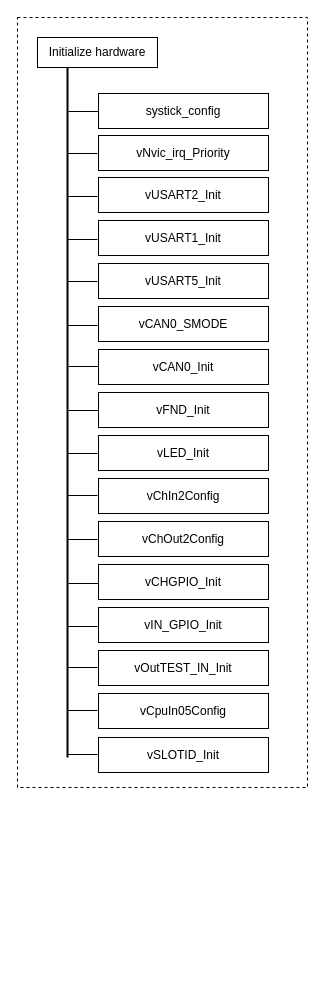
This is page "IO - OUTPUT 하드웨어 초기화" (2 of 5) of EABS/Document_Pack/Design/OUTPUT/eabs_output_hierarchy.drawio from chillin2/MyDraw.io, a draw.io file, before an edit. Source tidied: cells renumbered, new cells numbered last; positions are measured from the earlier drawing's top-left corner, leaving out a move shared by most shapes. Both pictures are drawn from the tidied source at 100%, with x=0, y=0 at pixel (17, 17).
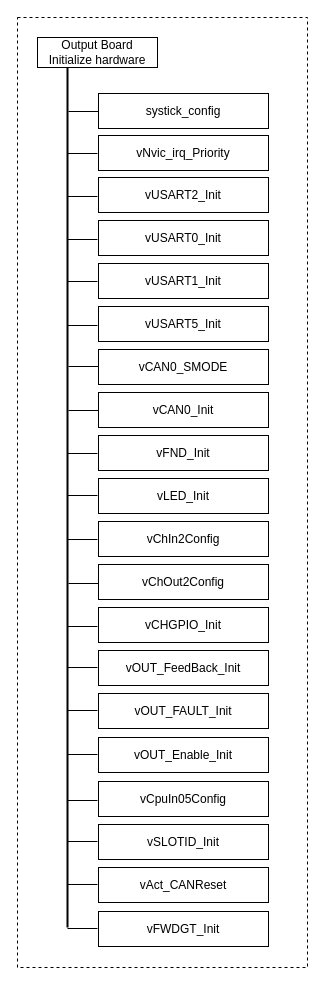
The same diagram, later.

Change to the diagram source:
```diff
@@
     <mxCell id="2" style="rounded=0;whiteSpace=wrap;html=1;dashed=1;" parent="1" vertex="1">
-      <mxGeometry width="290" height="770" as="geometry" />
+      <mxGeometry width="290" height="950" as="geometry" />
     </mxCell>
@@
-    <mxCell id="6" value="vUSART1_Init" style="rounded=0;whiteSpace=wrap;html=1;" parent="1" vertex="1">
+    <mxCell id="6" value="vUSART0_Init" style="rounded=0;whiteSpace=wrap;html=1;" parent="1" vertex="1">
       <mxGeometry x="81" y="203" width="170" height="35" as="geometry" />
     </mxCell>
-    <mxCell id="7" value="vUSART5_Init" style="rounded=0;whiteSpace=wrap;html=1;" parent="1" vertex="1">
+    <mxCell id="7" value="vUSART1_Init" style="rounded=0;whiteSpace=wrap;html=1;" parent="1" vertex="1">
       <mxGeometry x="81" y="246" width="170" height="35" as="geometry" />
     </mxCell>
-    <mxCell id="8" value="vCAN0_SMODE" style="rounded=0;whiteSpace=wrap;html=1;" parent="1" vertex="1">
+    <mxCell id="8" value="vUSART5_Init" style="rounded=0;whiteSpace=wrap;html=1;" parent="1" vertex="1">
       <mxGeometry x="81" y="289" width="170" height="35" as="geometry" />
     </mxCell>
-    <mxCell id="9" value="vCAN0_Init" style="rounded=0;whiteSpace=wrap;html=1;" parent="1" vertex="1">
+    <mxCell id="9" value="vCAN0_SMODE" style="rounded=0;whiteSpace=wrap;html=1;" parent="1" vertex="1">
       <mxGeometry x="81" y="332" width="170" height="35" as="geometry" />
     </mxCell>
-    <mxCell id="10" value="vFND_Init" style="rounded=0;whiteSpace=wrap;html=1;" parent="1" vertex="1">
+    <mxCell id="10" value="vCAN0_Init" style="rounded=0;whiteSpace=wrap;html=1;" parent="1" vertex="1">
       <mxGeometry x="81" y="375" width="170" height="35" as="geometry" />
     </mxCell>
-    <mxCell id="11" value="vLED_Init" style="rounded=0;whiteSpace=wrap;html=1;" parent="1" vertex="1">
+    <mxCell id="11" value="vFND_Init" style="rounded=0;whiteSpace=wrap;html=1;" parent="1" vertex="1">
       <mxGeometry x="81" y="418" width="170" height="35" as="geometry" />
     </mxCell>
-    <mxCell id="12" value="vChIn2Config" style="rounded=0;whiteSpace=wrap;html=1;" parent="1" vertex="1">
+    <mxCell id="12" value="vLED_Init" style="rounded=0;whiteSpace=wrap;html=1;" parent="1" vertex="1">
       <mxGeometry x="81" y="461" width="170" height="35" as="geometry" />
     </mxCell>
-    <mxCell id="13" value="vChOut2Config" style="rounded=0;whiteSpace=wrap;html=1;" parent="1" vertex="1">
+    <mxCell id="13" value="vChIn2Config" style="rounded=0;whiteSpace=wrap;html=1;" parent="1" vertex="1">
       <mxGeometry x="81" y="504" width="170" height="35" as="geometry" />
     </mxCell>
-    <mxCell id="14" value="vCHGPIO_Init" style="rounded=0;whiteSpace=wrap;html=1;" parent="1" vertex="1">
+    <mxCell id="14" value="vChOut2Config" style="rounded=0;whiteSpace=wrap;html=1;" parent="1" vertex="1">
       <mxGeometry x="81" y="547" width="170" height="35" as="geometry" />
     </mxCell>
-    <mxCell id="15" value="vIN_GPIO_Init" style="rounded=0;whiteSpace=wrap;html=1;" parent="1" vertex="1">
+    <mxCell id="15" value="vCHGPIO_Init" style="rounded=0;whiteSpace=wrap;html=1;" parent="1" vertex="1">
       <mxGeometry x="81" y="590" width="170" height="35" as="geometry" />
     </mxCell>
-    <mxCell id="16" value="vOutTEST_IN_Init" style="rounded=0;whiteSpace=wrap;html=1;" parent="1" vertex="1">
+    <mxCell id="16" value="vOUT_FeedBack_Init" style="rounded=0;whiteSpace=wrap;html=1;" parent="1" vertex="1">
       <mxGeometry x="81" y="633" width="170" height="35" as="geometry" />
     </mxCell>
-    <mxCell id="17" value="Initialize hardware" style="rounded=0;whiteSpace=wrap;html=1;" parent="1" vertex="1">
+    <mxCell id="17" value="Output Board&lt;br&gt;Initialize hardware" style="rounded=0;whiteSpace=wrap;html=1;" parent="1" vertex="1">
       <mxGeometry x="20" y="20" width="120" height="30" as="geometry" />
     </mxCell>
     <mxCell id="18" style="endArrow=none;html=1;rounded=0;strokeWidth=2;" parent="1" edge="1">
       <mxGeometry relative="1" as="geometry">
-        <mxPoint x="50" y="740" as="sourcePoint" />
+        <mxPoint x="50" y="910" as="sourcePoint" />
         <mxPoint x="50" y="50" as="targetPoint" />
       </mxGeometry>
     </mxCell>
@@
-    <mxCell id="33" value="vCpuIn05Config" style="rounded=0;whiteSpace=wrap;html=1;" parent="1" vertex="1">
+    <mxCell id="33" value="vOUT_FAULT_Init" style="rounded=0;whiteSpace=wrap;html=1;" parent="1" vertex="1">
       <mxGeometry x="81" y="676" width="170" height="35" as="geometry" />
     </mxCell>
@@
-    <mxCell id="35" value="vSLOTID_Init" style="rounded=0;whiteSpace=wrap;html=1;" parent="1" vertex="1">
+    <mxCell id="35" value="vOUT_Enable_Init" style="rounded=0;whiteSpace=wrap;html=1;" parent="1" vertex="1">
       <mxGeometry x="81" y="720" width="170" height="35" as="geometry" />
     </mxCell>
@@
+    <mxCell id="37" value="vCpuIn05Config" style="rounded=0;whiteSpace=wrap;html=1;" parent="1" vertex="1">
+      <mxGeometry x="81" y="764" width="170" height="35" as="geometry" />
+    </mxCell>
+    <mxCell id="38" value="vSLOTID_Init" style="rounded=0;whiteSpace=wrap;html=1;" parent="1" vertex="1">
+      <mxGeometry x="81" y="807" width="170" height="35" as="geometry" />
+    </mxCell>
+    <mxCell id="39" style="endArrow=none;html=1;rounded=0;" parent="1" edge="1">
+      <mxGeometry relative="1" as="geometry">
+        <mxPoint x="50" y="783" as="sourcePoint" />
+        <mxPoint x="80" y="783" as="targetPoint" />
+      </mxGeometry>
+    </mxCell>
+    <mxCell id="40" style="endArrow=none;html=1;rounded=0;" parent="1" edge="1">
+      <mxGeometry relative="1" as="geometry">
+        <mxPoint x="50" y="824" as="sourcePoint" />
+        <mxPoint x="80" y="824" as="targetPoint" />
+      </mxGeometry>
+    </mxCell>
+    <mxCell id="41" value="vAct_CANReset" style="rounded=0;whiteSpace=wrap;html=1;" parent="1" vertex="1">
+      <mxGeometry x="81" y="850" width="170" height="35" as="geometry" />
+    </mxCell>
+    <mxCell id="42" style="endArrow=none;html=1;rounded=0;" parent="1" edge="1">
+      <mxGeometry relative="1" as="geometry">
+        <mxPoint x="50" y="867" as="sourcePoint" />
+        <mxPoint x="80" y="867" as="targetPoint" />
+      </mxGeometry>
+    </mxCell>
+    <mxCell id="43" value="vFWDGT_Init" style="rounded=0;whiteSpace=wrap;html=1;" parent="1" vertex="1">
+      <mxGeometry x="81" y="894" width="170" height="35" as="geometry" />
+    </mxCell>
+    <mxCell id="44" style="endArrow=none;html=1;rounded=0;" parent="1" edge="1">
+      <mxGeometry relative="1" as="geometry">
+        <mxPoint x="50" y="911" as="sourcePoint" />
+        <mxPoint x="80" y="911" as="targetPoint" />
+      </mxGeometry>
+    </mxCell>
```
